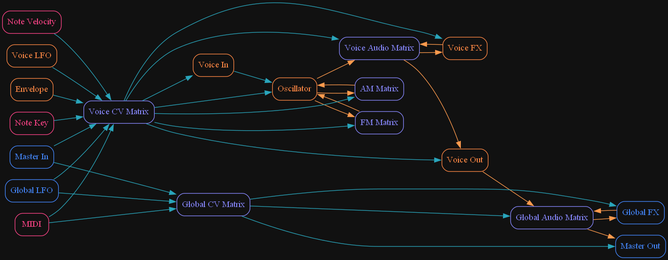
sjoerdvankreel/firefly-synth keeps this Graphviz diagram as static/routing_overview.png. Above is the earlier version. Its source is kept beside it as static/routing_overview.dot.
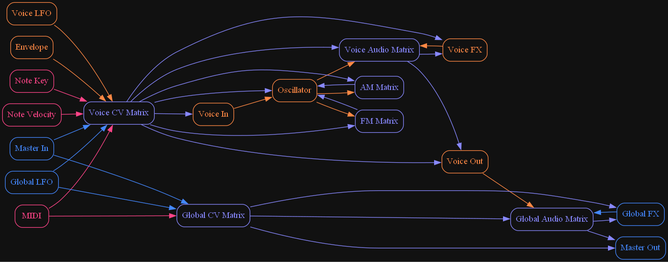
The same file after the commit.

Change to the diagram source:
```diff
@@ -1,74 +1,72 @@
 digraph Synth {
   rankdir="LR";
   bgcolor="#111111";
-
-  comment="Voice Audio Nodes"
-  "Voice Out" [shape="rect", style="rounded", color="#FF8844", fontcolor="#FF8844"]
-  "Oscillator" [shape="rect", style="rounded", color="#FF8844", fontcolor="#FF8844"]
-  "Voice FX" [shape="rect", style="rounded", color="#FF8844", fontcolor="#FF8844"]
-
-  comment="Voice CV Nodes"
-  "Voice In" [shape="rect", style="rounded", color="#FF8844", fontcolor="#FF8844"]
-  "Voice LFO" [shape="rect", style="rounded", color="#FF8844", fontcolor="#FF8844"]
-  "Envelope" [shape="rect", style="rounded", color="#FF8844", fontcolor="#FF8844"]
-
-  comment="Voice Matrix Nodes"
-  "AM Matrix" [shape="rect", style="rounded", color="#8888FF", fontcolor="#8888FF"]
-  "FM Matrix" [shape="rect", style="rounded", color="#8888FF", fontcolor="#8888FF"]
-  "Voice CV Matrix" [shape="rect", style="rounded", color="#8888FF", fontcolor="#8888FF"]
-  "Voice Audio Matrix" [shape="rect", style="rounded", color="#8888FF", fontcolor="#8888FF"]
-
-  comment="Global Audio Nodes"
-  "Master Out" [shape="rect", style="rounded", color="#4488FF", fontcolor="#4488FF"]
-  "Global FX" [shape="rect", style="rounded", color="#4488FF", fontcolor="#4488FF"]
-
-  comment="Global CV Nodes"
-  "Master In" [shape="rect", style="rounded", color="#4488FF", fontcolor="#4488FF"]
-  "Global LFO" [shape="rect", style="rounded", color="#4488FF", fontcolor="#4488FF"]
-
-  comment="Global Matrix Nodes"
-  "Global CV Matrix" [shape="rect", style="rounded", color="#8888FF", fontcolor="#8888FF"]
-  "Global Audio Matrix" [shape="rect", style="rounded", color="#8888FF", fontcolor="#8888FF"]
 
   comment="External Nodes"
   "MIDI" [shape="rect", style="rounded", color="#FF4488", fontcolor="#FF4488"]
   "Note Key" [shape="rect", style="rounded", color="#FF4488", fontcolor="#FF4488"]
   "Note Velocity" [shape="rect", style="rounded", color="#FF4488", fontcolor="#FF4488"]
 
-  comment="Audio edges"
-  "Oscillator" -> "AM Matrix" [color="#FD9A4D"]
-  "AM Matrix" -> "Oscillator" [color="#FD9A4D"]
-  "Oscillator" -> "FM Matrix" [color="#FD9A4D"]
-  "FM Matrix" -> "Oscillator" [color="#FD9A4D"]
-  "Oscillator" -> "Voice Audio Matrix" [color="#FD9A4D"]
-  "Voice FX" -> "Voice Audio Matrix" [color="#FD9A4D"]
-  "Voice Audio Matrix" -> "Voice FX" [color="#FD9A4D"]
-  "Voice Audio Matrix" -> "Voice Out" [color="#FD9A4D"]
-  "Voice Out" -> "Global Audio Matrix" [color="#FD9A4D"]
-  "Global Audio Matrix" -> "Global FX" [color="#FD9A4D"]
-  "Global FX" -> "Global Audio Matrix" [color="#FD9A4D"]
-  "Global Audio Matrix" -> "Master Out" [color="#FD9A4D"]
+  comment="Global Nodes"
+  "Global FX" [shape="rect", style="rounded", color="#4488FF", fontcolor="#4488FF"]
+  "Master Out" [shape="rect", style="rounded", color="#4488FF", fontcolor="#4488FF"]
+  "Master In" [shape="rect", style="rounded", color="#4488FF", fontcolor="#4488FF"]
+  "Global LFO" [shape="rect", style="rounded", color="#4488FF", fontcolor="#4488FF"]
 
-  comment="CV edges"
-  "MIDI" -> "Voice CV Matrix" [color="#29A5BB"]
-  "Note Key" -> "Voice CV Matrix" [color="#29A5BB"]
-  "Note Velocity" -> "Voice CV Matrix" [color="#29A5BB"]
-  "Master In" -> "Voice CV Matrix" [color="#29A5BB"]
-  "Global LFO" -> "Voice CV Matrix" [color="#29A5BB"]
-  "Envelope" -> "Voice CV Matrix" [color="#29A5BB"]
-  "Voice LFO" -> "Voice CV Matrix" [color="#29A5BB"]
-  "Voice In" -> "Oscillator" [color="#29A5BB"]
-  "Voice CV Matrix" -> "Voice In" [color="#29A5BB"]
-  "Voice CV Matrix" -> "Oscillator" [color="#29A5BB"]
-  "Voice CV Matrix" -> "AM Matrix" [color="#29A5BB"]
-  "Voice CV Matrix" -> "FM Matrix" [color="#29A5BB"]
-  "Voice CV Matrix" -> "Voice FX" [color="#29A5BB"]
-  "Voice CV Matrix" -> "Voice Audio Matrix" [color="#29A5BB"]
-  "Voice CV Matrix" -> "Voice Out" [color="#29A5BB"]
-  "MIDI" -> "Global CV Matrix" [color="#29A5BB"]
-  "Master In" -> "Global CV Matrix" [color="#29A5BB"]
-  "Global LFO" -> "Global CV Matrix" [color="#29A5BB"]
-  "Global CV Matrix" -> "Master Out" [color="#29A5BB"]
-  "Global CV Matrix" -> "Global FX" [color="#29A5BB"]
-  "Global CV Matrix" -> "Global Audio Matrix" [color="#29A5BB"]
+  comment="Voice Nodes"
+  "Oscillator" [shape="rect", style="rounded", color="#FF8844", fontcolor="#FF8844"]
+  "Voice FX" [shape="rect", style="rounded", color="#FF8844", fontcolor="#FF8844"]
+  "Voice Out" [shape="rect", style="rounded", color="#FF8844", fontcolor="#FF8844"]
+  "Voice In" [shape="rect", style="rounded", color="#FF8844", fontcolor="#FF8844"]
+  "Voice LFO" [shape="rect", style="rounded", color="#FF8844", fontcolor="#FF8844"]
+  "Envelope" [shape="rect", style="rounded", color="#FF8844", fontcolor="#FF8844"]
+
+  comment="Matrix Nodes"
+  "AM Matrix" [shape="rect", style="rounded", color="#8888FF", fontcolor="#8888FF"]
+  "FM Matrix" [shape="rect", style="rounded", color="#8888FF", fontcolor="#8888FF"]
+  "Voice CV Matrix" [shape="rect", style="rounded", color="#8888FF", fontcolor="#8888FF"]
+  "Voice Audio Matrix" [shape="rect", style="rounded", color="#8888FF", fontcolor="#8888FF"]
+  "Global CV Matrix" [shape="rect", style="rounded", color="#8888FF", fontcolor="#8888FF"]
+  "Global Audio Matrix" [shape="rect", style="rounded", color="#8888FF", fontcolor="#8888FF"]
+
+  comment="External edges"
+  "MIDI" -> "Voice CV Matrix" [color="#FF4488"]
+  "MIDI" -> "Global CV Matrix" [color="#FF4488"]
+  "Note Key" -> "Voice CV Matrix" [color="#FF4488"]
+  "Note Velocity" -> "Voice CV Matrix" [color="#FF4488"]
+
+  comment="Voice edges"
+  "Oscillator" -> "AM Matrix" [color="#FF8844"]
+  "Oscillator" -> "FM Matrix" [color="#FF8844"]
+  "Oscillator" -> "Voice Audio Matrix" [color="#FF8844"]
+  "Voice FX" -> "Voice Audio Matrix" [color="#FF8844"]
+  "Voice Out" -> "Global Audio Matrix" [color="#FF8844"]
+  "Envelope" -> "Voice CV Matrix" [color="#FF8844"]
+  "Voice LFO" -> "Voice CV Matrix" [color="#FF8844"]
+  "Voice In" -> "Oscillator" [color="#FF8844"]
+
+  comment="Global edges"
+  "Master In" -> "Global CV Matrix" [color="#4488FF"]
+  "Global LFO" -> "Global CV Matrix" [color="#4488FF"]
+  "Master In" -> "Voice CV Matrix" [color="#4488FF"]
+  "Global LFO" -> "Voice CV Matrix" [color="#4488FF"]
+  "Global FX" -> "Global Audio Matrix" [color="#4488FF"]
+
+  comment="Matrix edges"
+  "AM Matrix" -> "Oscillator" [color="#8888FF"]
+  "FM Matrix" -> "Oscillator" [color="#8888FF"]
+  "Voice Audio Matrix" -> "Voice FX" [color="#8888FF"]
+  "Voice Audio Matrix" -> "Voice Out" [color="#8888FF"]
+  "Global Audio Matrix" -> "Global FX" [color="#8888FF"]
+  "Global Audio Matrix" -> "Master Out" [color="#8888FF"]
+  "Voice CV Matrix" -> "Voice In" [color="#8888FF"]
+  "Voice CV Matrix" -> "Oscillator" [color="#8888FF"]
+  "Voice CV Matrix" -> "AM Matrix" [color="#8888FF"]
+  "Voice CV Matrix" -> "FM Matrix" [color="#8888FF"]
+  "Voice CV Matrix" -> "Voice FX" [color="#8888FF"]
+  "Voice CV Matrix" -> "Voice Audio Matrix" [color="#8888FF"]
+  "Voice CV Matrix" -> "Voice Out" [color="#8888FF"]
+  "Global CV Matrix" -> "Master Out" [color="#8888FF"]
+  "Global CV Matrix" -> "Global FX" [color="#8888FF"]
+  "Global CV Matrix" -> "Global Audio Matrix" [color="#8888FF"]
 }
```
